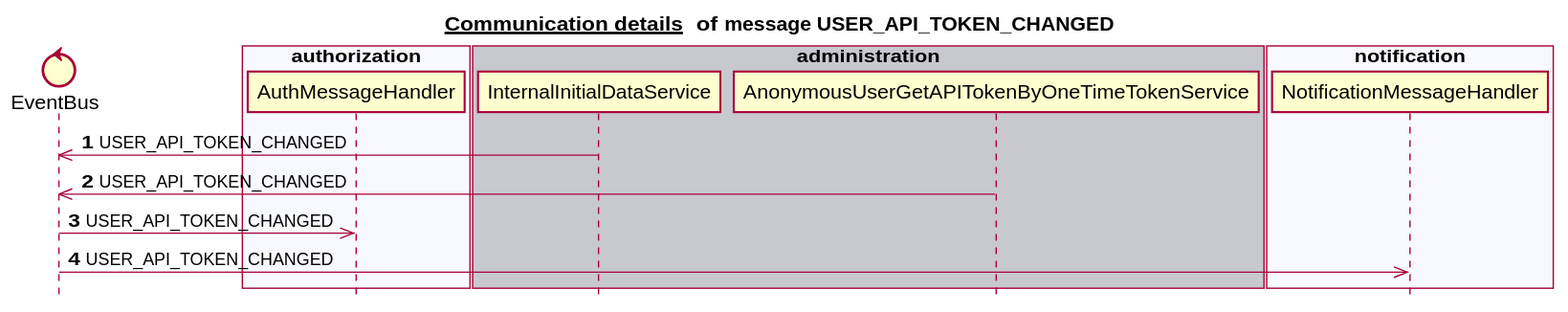
This is docs/latest/images/gen_domain_messaging_user_api_token_changed.svg from mercedes-benz/sechub, a PlantUML export, as it was before one commit.
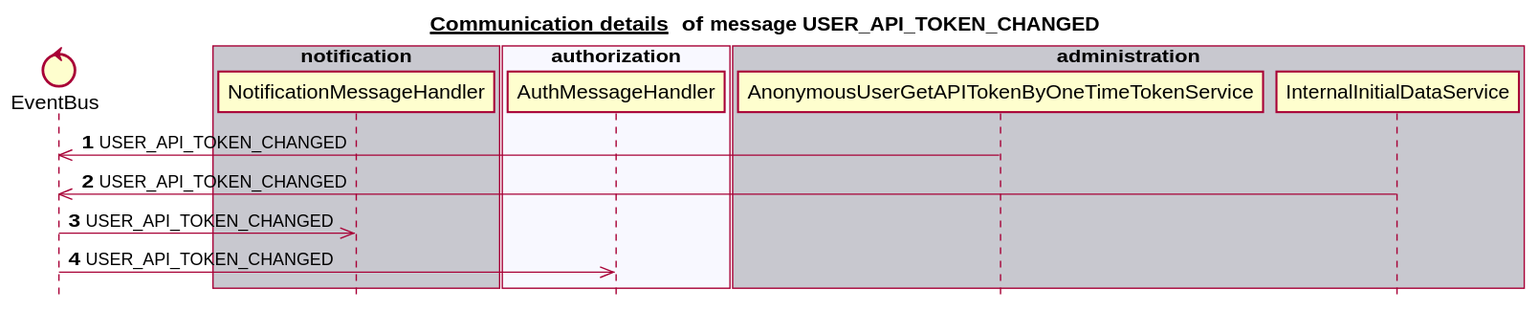
Later version of the same file.

Diff of the diagram source:
```diff
@@ -6,25 +6,25 @@
 
 
 control EventBus
-box "scan" #C8C8CF
+box "notification" #C8C8CF
+   participant NotificationMessageHandler
 end box
 box "authorization" #F8F8FF
    participant AuthMessageHandler
 end box
 box "administration" #C8C8CF
+   participant AnonymousUserGetAPITokenByOneTimeTokenService
    participant InternalInitialDataService
-   participant AnonymousUserGetAPITokenByOneTimeTokenService
 end box
-box "notification" #F8F8FF
-   participant NotificationMessageHandler
+box "schedule" #F8F8FF
 end box
-box "schedule" #C8C8CF
+box "scan" #C8C8CF
 end box
 autonumber 1
+AnonymousUserGetAPITokenByOneTimeTokenService ->> EventBus:USER_API_TOKEN_CHANGED
 InternalInitialDataService ->> EventBus:USER_API_TOKEN_CHANGED
-AnonymousUserGetAPITokenByOneTimeTokenService ->> EventBus:USER_API_TOKEN_CHANGED
+EventBus ->> NotificationMessageHandler:USER_API_TOKEN_CHANGED
 EventBus ->> AuthMessageHandler:USER_API_TOKEN_CHANGED
-EventBus ->> NotificationMessageHandler:USER_API_TOKEN_CHANGED
 autonumber stop
 
 
```
